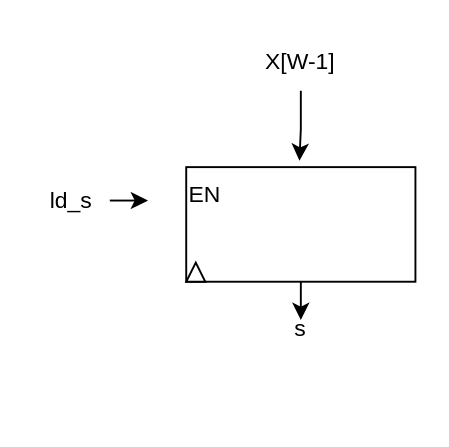
Above: sign_reg.drawio in 0xByteRush/COE302 (draw.io), before the change. Source tidied: cells renumbered, new cells numbered last; positions are measured from the earlier drawing's top-left corner, leaving out a move shared by most shapes. Both pictures are drawn from the tidied source at 191%, with x=0, y=0 at pixel (32, 32).
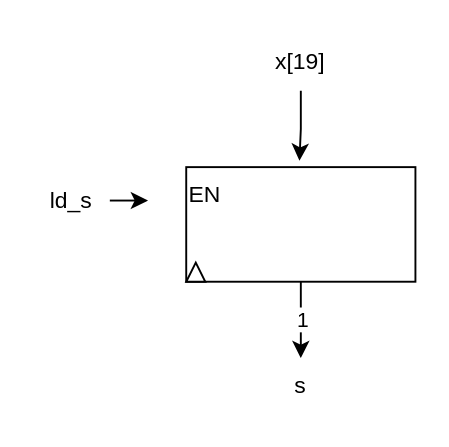
The same diagram, later.

The edit, as a diff of the source:
```diff
@@
 <mxGraphModel>
   <root>
     <mxCell id="0" />
     <mxCell id="1" parent="0" />
-    <mxCell id="2" style="edgeStyle=orthogonalEdgeStyle;rounded=0;jettySize=auto;html=1;exitX=0.5;exitY=1;exitDx=0;exitDy=0;" parent="1" edge="1" source="3">
-      <mxGeometry relative="1" as="geometry">
-        <mxPoint x="140" y="150" as="targetPoint" />
-      </mxGeometry>
+    <mxCell id="2" style="edgeStyle=orthogonalEdgeStyle;rounded=0;jettySize=auto;html=1;exitX=0.5;exitY=1;exitDx=0;exitDy=0;" parent="1" edge="1" source="3" target="10">
+      <mxGeometry relative="1" as="geometry" />
     </mxCell>
+    <mxCell id="11" value="1" style="edgeLabel;html=1;align=center;verticalAlign=middle;" parent="2" vertex="1">
+      <mxGeometry x="-0.07" relative="1" as="geometry" />
+    </mxCell>
     <mxCell id="3" style="rounded=0;whiteSpace=wrap;html=1;" parent="1" vertex="1">
       <mxGeometry x="80" y="70" width="120" height="60" as="geometry" />
     </mxCell>
     <mxCell id="4" style="triangle;whiteSpace=wrap;html=1;rotation=-90;" parent="1" vertex="1">
       <mxGeometry x="80" y="120" width="10" height="10" as="geometry" />
     </mxCell>
     <mxCell id="5" value="EN" style="text;html=1;whiteSpace=wrap;strokeColor=none;fillColor=none;align=center;verticalAlign=middle;rounded=0;" parent="1" vertex="1">
       <mxGeometry x="60" y="70" width="60" height="30" as="geometry" />
     </mxCell>
     <mxCell id="6" value="ld_s" style="text;html=1;whiteSpace=wrap;strokeColor=none;fillColor=none;align=center;verticalAlign=middle;rounded=0;" parent="1" vertex="1">
       <mxGeometry y="75" width="40" height="25" as="geometry" />
     </mxCell>
     <mxCell id="7" style="edgeStyle=orthogonalEdgeStyle;rounded=0;jettySize=auto;html=1;entryX=0.011;entryY=0.552;entryDx=0;entryDy=0;entryPerimeter=0;" parent="1" edge="1" source="6" target="5">
       <mxGeometry relative="1" as="geometry" />
     </mxCell>
-    <mxCell id="8" value="X[W-1]" style="text;html=1;whiteSpace=wrap;strokeColor=none;fillColor=none;align=center;verticalAlign=middle;rounded=0;" parent="1" vertex="1">
+    <mxCell id="8" value="x[19]" style="text;html=1;whiteSpace=wrap;strokeColor=none;fillColor=none;align=center;verticalAlign=middle;rounded=0;" parent="1" vertex="1">
       <mxGeometry x="110" width="60" height="30" as="geometry" />
     </mxCell>
     <mxCell id="9" style="edgeStyle=orthogonalEdgeStyle;rounded=0;jettySize=auto;html=1;entryX=0.494;entryY=-0.056;entryDx=0;entryDy=0;entryPerimeter=0;" parent="1" edge="1" source="8" target="3">
       <mxGeometry relative="1" as="geometry" />
     </mxCell>
     <mxCell id="10" value="s" style="text;html=1;whiteSpace=wrap;strokeColor=none;fillColor=none;align=center;verticalAlign=middle;rounded=0;" parent="1" vertex="1">
-      <mxGeometry x="110" y="140" width="60" height="30" as="geometry" />
+      <mxGeometry x="110" y="170" width="60" height="30" as="geometry" />
     </mxCell>
   </root>
 </mxGraphModel>
```
